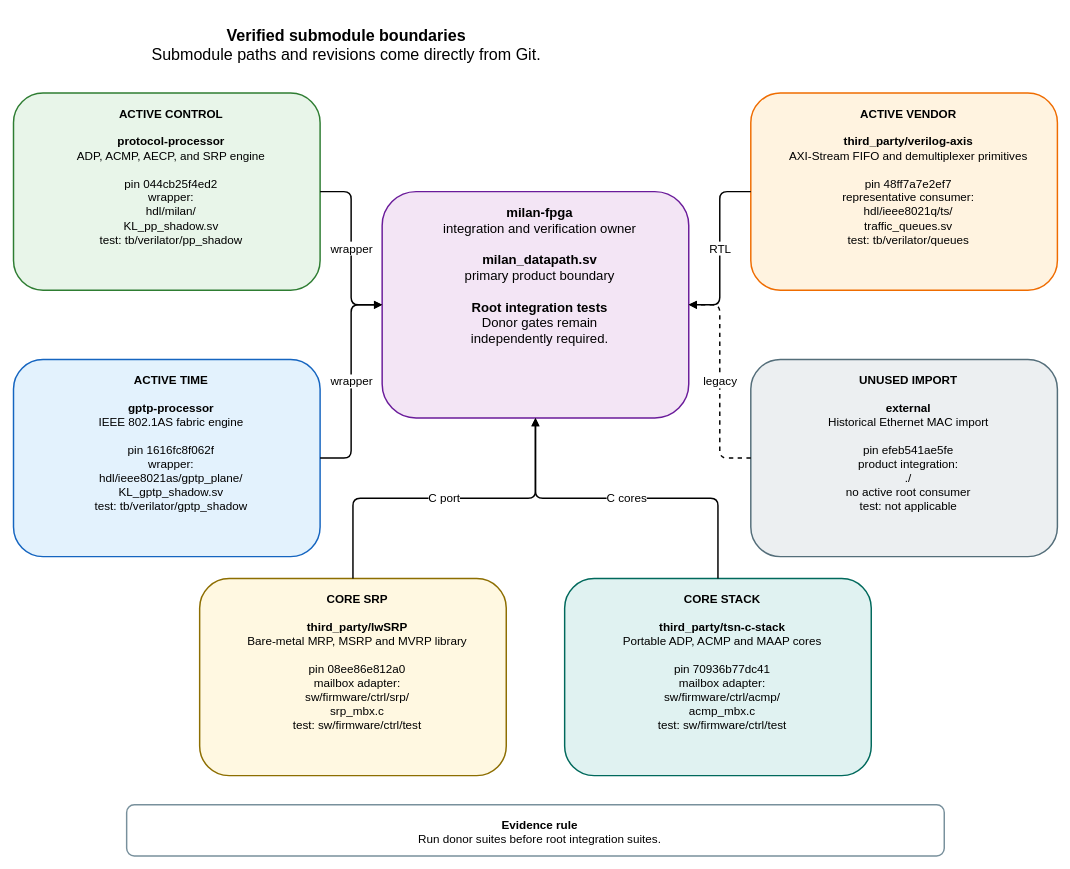
Before: docs/diagrams/submodule_boundaries.drawio in kebag-logic/milan-fpga, a draw.io diagram. Source tidied: cells renumbered, new cells numbered last; positions are measured from the earlier drawing's top-left corner, leaving out a move shared by most shapes. Both pictures are drawn from the tidied source at 73%, with x=0, y=0 at pixel (13, 12).
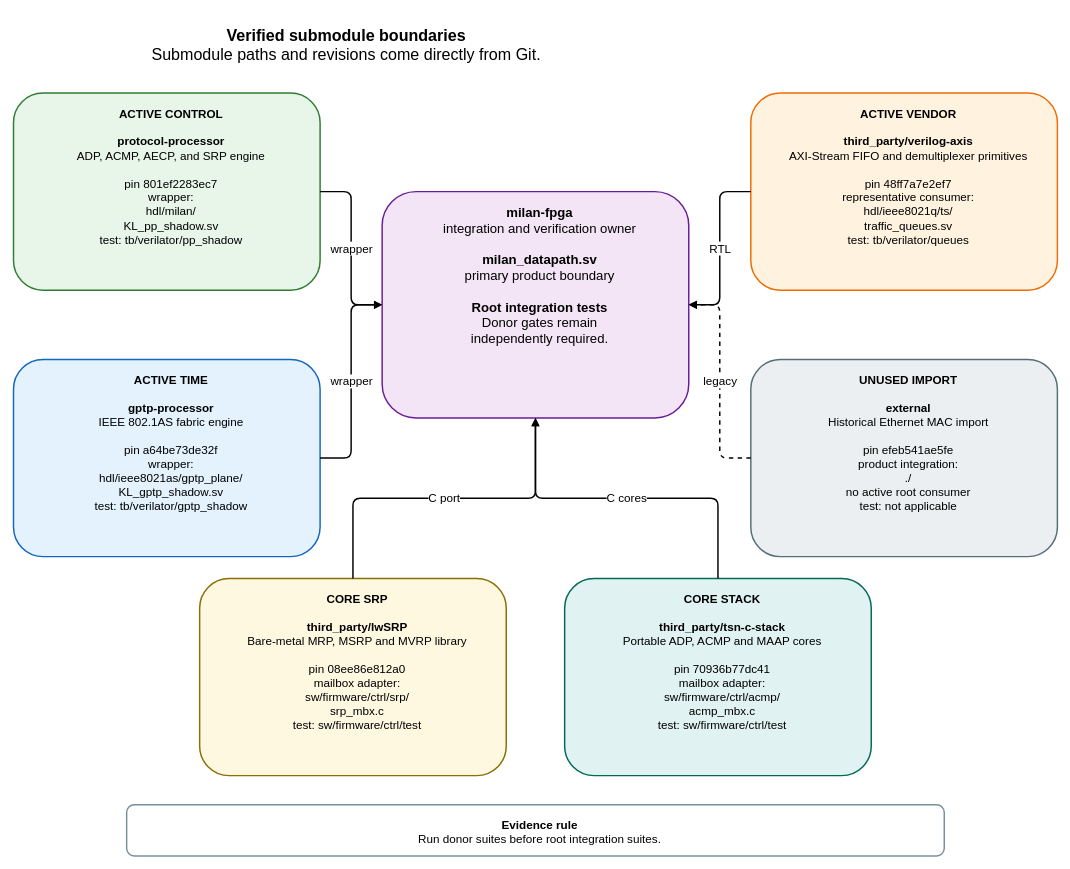
After the change.

What changed in the source:
```diff
@@
 <mxGraphModel>
   <root>
     <mxCell id="0" />
     <mxCell id="1" parent="0" />
     <mxCell id="2" value="&lt;b&gt;Verified submodule boundaries&lt;/b&gt;&lt;br&gt;Submodule paths and revisions come directly from Git." style="rounded=1;whiteSpace=wrap;html=1;verticalAlign=top;spacingTop=12;spacingLeft=12;fontSize=22;fontFamily=Helvetica;fillColor=none;strokeColor=none;strokeWidth=2;" parent="1" vertex="1">
       <mxGeometry width="900" height="65" as="geometry" />
     </mxCell>
     <mxCell id="3" value="&lt;b&gt;milan-fpga&lt;/b&gt;&lt;br&gt;integration and verification owner&lt;br&gt;&lt;br&gt;&lt;b&gt;milan_datapath.sv&lt;/b&gt;&lt;br&gt;primary product boundary&lt;br&gt;&lt;br&gt;&lt;b&gt;Root integration tests&lt;/b&gt;&lt;br&gt;Donor gates remain&lt;br&gt;independently required." style="rounded=1;whiteSpace=wrap;html=1;verticalAlign=top;spacingTop=12;spacingLeft=12;fontSize=18;fontFamily=Helvetica;fillColor=#F3E5F5;strokeColor=#6A1B9A;strokeWidth=2;" parent="1" vertex="1">
       <mxGeometry x="505" y="245" width="420" height="310" as="geometry" />
     </mxCell>
-    <mxCell id="4" value="&lt;b&gt;ACTIVE CONTROL&lt;/b&gt;&lt;br&gt;&lt;br&gt;&lt;b&gt;protocol-processor&lt;/b&gt;&lt;br&gt;ADP, ACMP, AECP, and SRP engine&lt;br&gt;&lt;br&gt;pin 044cb25f4ed2&lt;br&gt;wrapper:&lt;br&gt;hdl/milan/&lt;br&gt;KL_pp_shadow.sv&lt;br&gt;test: tb/verilator/pp_shadow" style="rounded=1;whiteSpace=wrap;html=1;verticalAlign=top;spacingTop=12;spacingLeft=12;fontSize=16;fontFamily=Helvetica;fillColor=#E8F5E9;strokeColor=#2E7D32;strokeWidth=2;" parent="1" vertex="1">
+    <mxCell id="4" value="&lt;b&gt;ACTIVE CONTROL&lt;/b&gt;&lt;br&gt;&lt;br&gt;&lt;b&gt;protocol-processor&lt;/b&gt;&lt;br&gt;ADP, ACMP, AECP, and SRP engine&lt;br&gt;&lt;br&gt;pin 801ef2283ec7&lt;br&gt;wrapper:&lt;br&gt;hdl/milan/&lt;br&gt;KL_pp_shadow.sv&lt;br&gt;test: tb/verilator/pp_shadow" style="rounded=1;whiteSpace=wrap;html=1;verticalAlign=top;spacingTop=12;spacingLeft=12;fontSize=16;fontFamily=Helvetica;fillColor=#E8F5E9;strokeColor=#2E7D32;strokeWidth=2;" parent="1" vertex="1">
       <mxGeometry y="110" width="420" height="270" as="geometry" />
     </mxCell>
-    <mxCell id="5" value="&lt;b&gt;ACTIVE TIME&lt;/b&gt;&lt;br&gt;&lt;br&gt;&lt;b&gt;gptp-processor&lt;/b&gt;&lt;br&gt;IEEE 802.1AS fabric engine&lt;br&gt;&lt;br&gt;pin 1616fc8f062f&lt;br&gt;wrapper:&lt;br&gt;hdl/ieee8021as/gptp_plane/&lt;br&gt;KL_gptp_shadow.sv&lt;br&gt;test: tb/verilator/gptp_shadow" style="rounded=1;whiteSpace=wrap;html=1;verticalAlign=top;spacingTop=12;spacingLeft=12;fontSize=16;fontFamily=Helvetica;fillColor=#E3F2FD;strokeColor=#1565C0;strokeWidth=2;" parent="1" vertex="1">
+    <mxCell id="5" value="&lt;b&gt;ACTIVE TIME&lt;/b&gt;&lt;br&gt;&lt;br&gt;&lt;b&gt;gptp-processor&lt;/b&gt;&lt;br&gt;IEEE 802.1AS fabric engine&lt;br&gt;&lt;br&gt;pin a64be73de32f&lt;br&gt;wrapper:&lt;br&gt;hdl/ieee8021as/gptp_plane/&lt;br&gt;KL_gptp_shadow.sv&lt;br&gt;test: tb/verilator/gptp_shadow" style="rounded=1;whiteSpace=wrap;html=1;verticalAlign=top;spacingTop=12;spacingLeft=12;fontSize=16;fontFamily=Helvetica;fillColor=#E3F2FD;strokeColor=#1565C0;strokeWidth=2;" parent="1" vertex="1">
       <mxGeometry y="475" width="420" height="270" as="geometry" />
     </mxCell>
     <mxCell id="6" value="&lt;b&gt;ACTIVE VENDOR&lt;/b&gt;&lt;br&gt;&lt;br&gt;&lt;b&gt;third_party/verilog-axis&lt;/b&gt;&lt;br&gt;AXI-Stream FIFO and demultiplexer primitives&lt;br&gt;&lt;br&gt;pin 48ff7a7e2ef7&lt;br&gt;representative consumer:&lt;br&gt;hdl/ieee8021q/ts/&lt;br&gt;traffic_queues.sv&lt;br&gt;test: tb/verilator/queues" style="rounded=1;whiteSpace=wrap;html=1;verticalAlign=top;spacingTop=12;spacingLeft=12;fontSize=16;fontFamily=Helvetica;fillColor=#FFF3E0;strokeColor=#EF6C00;strokeWidth=2;" parent="1" vertex="1">
       <mxGeometry x="1010" y="110" width="420" height="270" as="geometry" />
     </mxCell>
     <mxCell id="7" value="&lt;b&gt;UNUSED IMPORT&lt;/b&gt;&lt;br&gt;&lt;br&gt;&lt;b&gt;external&lt;/b&gt;&lt;br&gt;Historical Ethernet MAC import&lt;br&gt;&lt;br&gt;pin efeb541ae5fe&lt;br&gt;product integration:&lt;br&gt;./&lt;br&gt;no active root consumer&lt;br&gt;test: not applicable" style="rounded=1;whiteSpace=wrap;html=1;verticalAlign=top;spacingTop=12;spacingLeft=12;fontSize=16;fontFamily=Helvetica;fillColor=#ECEFF1;strokeColor=#546E7A;strokeWidth=2;" parent="1" vertex="1">
       <mxGeometry x="1010" y="475" width="420" height="270" as="geometry" />
     </mxCell>
     <mxCell id="8" value="&lt;b&gt;CORE SRP&lt;/b&gt;&lt;br&gt;&lt;br&gt;&lt;b&gt;third_party/lwSRP&lt;/b&gt;&lt;br&gt;Bare-metal MRP, MSRP and MVRP library&lt;br&gt;&lt;br&gt;pin 08ee86e812a0&lt;br&gt;mailbox adapter:&lt;br&gt;sw/firmware/ctrl/srp/&lt;br&gt;srp_mbx.c&lt;br&gt;test: sw/firmware/ctrl/test" style="rounded=1;whiteSpace=wrap;html=1;verticalAlign=top;spacingTop=12;spacingLeft=12;fontSize=16;fontFamily=Helvetica;fillColor=#FFF8E1;strokeColor=#8D6E00;strokeWidth=2;" parent="1" vertex="1">
       <mxGeometry x="255" y="775" width="420" height="270" as="geometry" />
     </mxCell>
     <mxCell id="9" value="&lt;b&gt;CORE STACK&lt;/b&gt;&lt;br&gt;&lt;br&gt;&lt;b&gt;third_party/tsn-c-stack&lt;/b&gt;&lt;br&gt;Portable ADP, ACMP and MAAP cores&lt;br&gt;&lt;br&gt;pin 70936b77dc41&lt;br&gt;mailbox adapter:&lt;br&gt;sw/firmware/ctrl/acmp/&lt;br&gt;acmp_mbx.c&lt;br&gt;test: sw/firmware/ctrl/test" style="rounded=1;whiteSpace=wrap;html=1;verticalAlign=top;spacingTop=12;spacingLeft=12;fontSize=16;fontFamily=Helvetica;fillColor=#E0F2F1;strokeColor=#00695C;strokeWidth=2;" parent="1" vertex="1">
       <mxGeometry x="755" y="775" width="420" height="270" as="geometry" />
     </mxCell>
     <mxCell id="10" value="wrapper" style="edgeStyle=orthogonalEdgeStyle;rounded=1;jettySize=auto;html=1;endArrow=block;endFill=1;strokeWidth=2;fontSize=16;fontFamily=Helvetica;labelBackgroundColor=#FFFFFF;" parent="1" edge="1" source="4" target="3">
       <mxGeometry relative="1" as="geometry" />
     </mxCell>
     <mxCell id="11" value="wrapper" style="edgeStyle=orthogonalEdgeStyle;rounded=1;jettySize=auto;html=1;endArrow=block;endFill=1;strokeWidth=2;fontSize=16;fontFamily=Helvetica;labelBackgroundColor=#FFFFFF;" parent="1" edge="1" source="5" target="3">
       <mxGeometry relative="1" as="geometry" />
     </mxCell>
     <mxCell id="12" value="RTL" style="edgeStyle=orthogonalEdgeStyle;rounded=1;jettySize=auto;html=1;endArrow=block;endFill=1;strokeWidth=2;fontSize=16;fontFamily=Helvetica;labelBackgroundColor=#FFFFFF;" parent="1" edge="1" source="6" target="3">
       <mxGeometry relative="1" as="geometry" />
     </mxCell>
     <mxCell id="13" value="legacy" style="edgeStyle=orthogonalEdgeStyle;rounded=1;jettySize=auto;html=1;endArrow=block;endFill=1;strokeWidth=2;fontSize=16;fontFamily=Helvetica;labelBackgroundColor=#FFFFFF;dashed=1;" parent="1" edge="1" source="7" target="3">
       <mxGeometry relative="1" as="geometry" />
     </mxCell>
     <mxCell id="14" value="C port" style="edgeStyle=orthogonalEdgeStyle;rounded=1;jettySize=auto;html=1;endArrow=block;endFill=1;strokeWidth=2;fontSize=16;fontFamily=Helvetica;labelBackgroundColor=#FFFFFF;" parent="1" edge="1" source="8" target="3">
       <mxGeometry relative="1" as="geometry" />
     </mxCell>
     <mxCell id="15" value="C cores" style="edgeStyle=orthogonalEdgeStyle;rounded=1;jettySize=auto;html=1;endArrow=block;endFill=1;strokeWidth=2;fontSize=16;fontFamily=Helvetica;labelBackgroundColor=#FFFFFF;" parent="1" edge="1" source="9" target="3">
       <mxGeometry relative="1" as="geometry" />
     </mxCell>
     <mxCell id="16" value="&lt;b&gt;Evidence rule&lt;/b&gt;&lt;br&gt;Run donor suites before root integration suites." style="rounded=1;whiteSpace=wrap;html=1;verticalAlign=top;spacingTop=12;spacingLeft=12;fontSize=16;fontFamily=Helvetica;fillColor=#FFFFFF;strokeColor=#78909C;strokeWidth=2;" parent="1" vertex="1">
       <mxGeometry x="155" y="1085" width="1120" height="70" as="geometry" />
     </mxCell>
   </root>
 </mxGraphModel>
```
